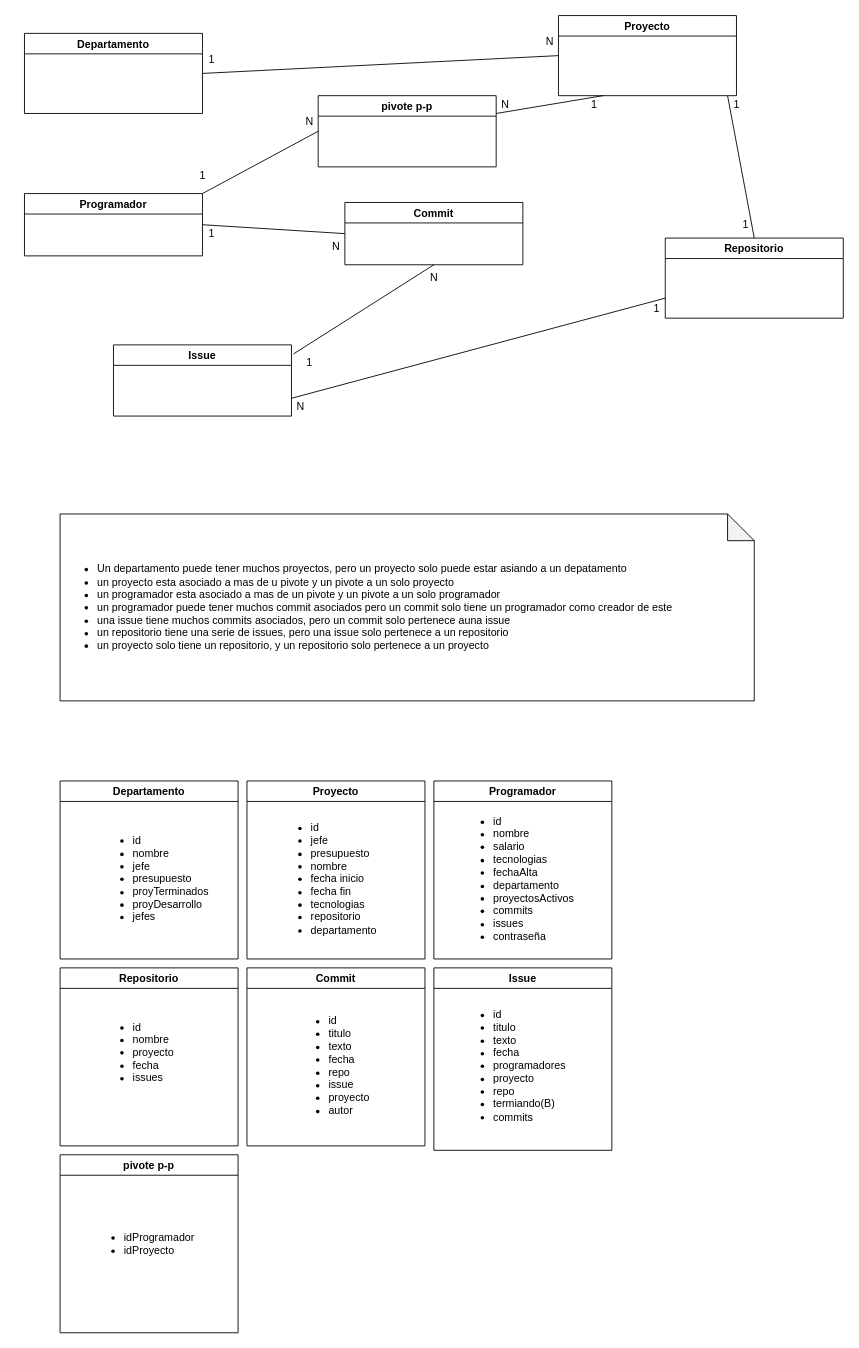
Earlier version of the draw.io diagram diagrams/diagtrana.drawio (saulmella12/JPAMongoEnekoSaul). Source tidied: cells renumbered, new cells numbered last; positions are measured from the earlier drawing's top-left corner, leaving out a move shared by most shapes. Both pictures are drawn from the tidied source at 89%, with x=0, y=0 at pixel (24, 15).
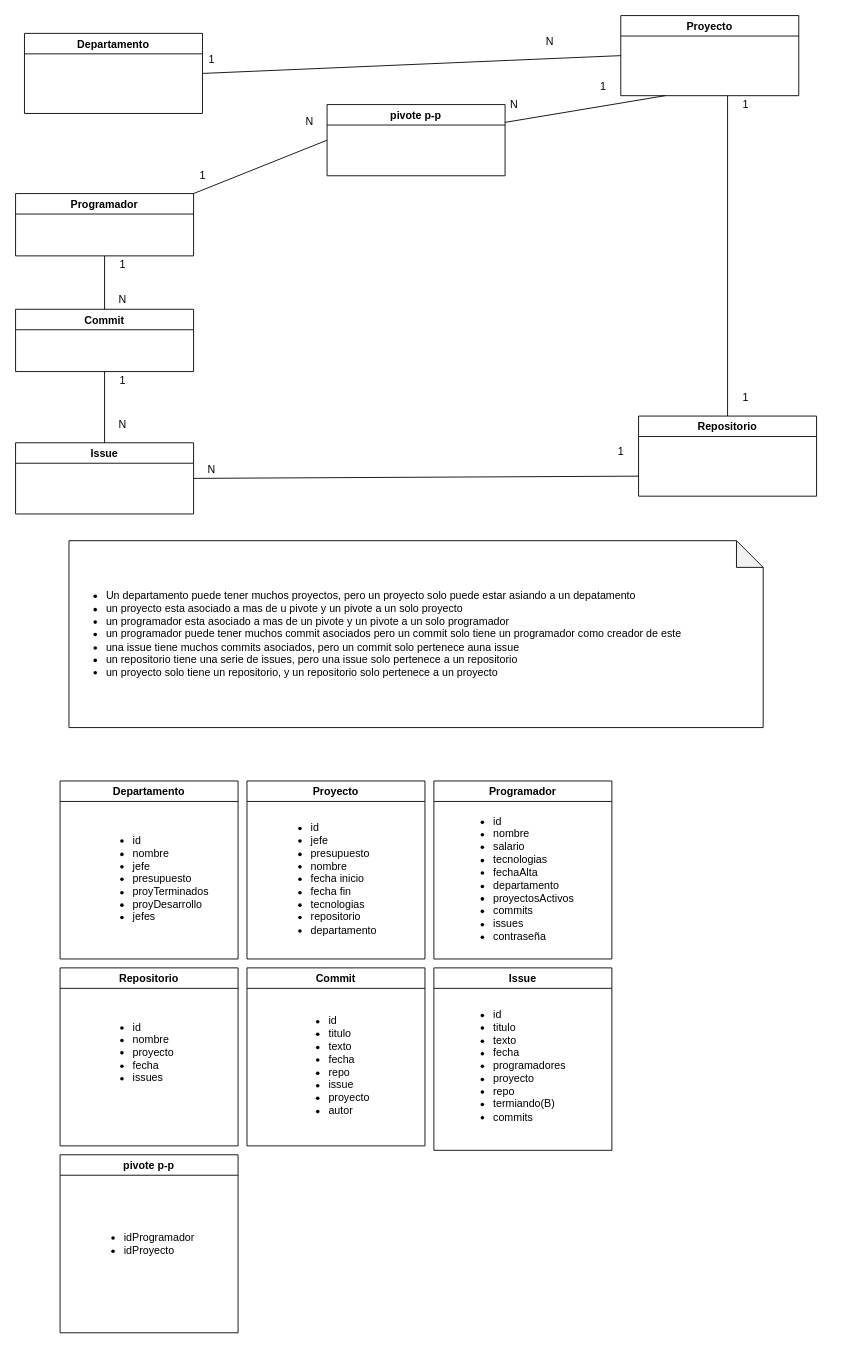
Above is the later version.

Diff of the diagram source:
```diff
@@
     <mxCell id="3" value="Proyecto" style="swimlane;" parent="1" vertex="1">
-      <mxGeometry x="600" width="200" height="90" as="geometry" />
+      <mxGeometry x="670" width="200" height="90" as="geometry" />
     </mxCell>
@@
     <mxCell id="7" value="Programador" style="swimlane;" parent="1" vertex="1">
-      <mxGeometry y="200" width="200" height="70" as="geometry" />
+      <mxGeometry x="-10" y="200" width="200" height="70" as="geometry" />
     </mxCell>
     <mxCell id="8" value="Commit" style="swimlane;" parent="1" vertex="1">
-      <mxGeometry x="360" y="210" width="200" height="70" as="geometry" />
+      <mxGeometry x="-10" y="330" width="200" height="70" as="geometry" />
     </mxCell>
-    <mxCell id="9" style="endArrow=none;html=1;exitX=1;exitY=0.5;exitDx=0;exitDy=0;entryX=0;entryY=0.5;entryDx=0;entryDy=0;" parent="1" edge="1" source="7" target="8">
+    <mxCell id="9" style="endArrow=none;html=1;exitX=0.5;exitY=1;exitDx=0;exitDy=0;entryX=0.5;entryY=0;entryDx=0;entryDy=0;" parent="1" edge="1" source="7" target="8">
       <mxGeometry relative="1" as="geometry" />
     </mxCell>
     <mxCell id="10" value="1" style="text;html=1;align=center;verticalAlign=middle;strokeColor=none;" parent="1" vertex="1">
-      <mxGeometry x="200" y="235" width="20" height="20" as="geometry" />
+      <mxGeometry x="100" y="270" width="20" height="20" as="geometry" />
     </mxCell>
     <mxCell id="11" value="N" style="text;html=1;align=center;verticalAlign=middle;strokeColor=none;" parent="1" vertex="1">
-      <mxGeometry x="340" y="250" width="20" height="20" as="geometry" />
+      <mxGeometry x="100" y="310" width="20" height="20" as="geometry" />
     </mxCell>
     <mxCell id="12" value="Issue" style="swimlane;" parent="1" vertex="1">
-      <mxGeometry x="100" y="370" width="200" height="80" as="geometry" />
+      <mxGeometry x="-10" y="480" width="200" height="80" as="geometry" />
     </mxCell>
-    <mxCell id="13" style="endArrow=none;html=1;entryX=0.5;entryY=1;entryDx=0;entryDy=0;exitX=1.011;exitY=0.128;exitDx=0;exitDy=0;exitPerimeter=0;" parent="1" edge="1" source="12" target="8">
+    <mxCell id="13" style="endArrow=none;html=1;entryX=0.5;entryY=1;entryDx=0;entryDy=0;exitX=0.5;exitY=0;exitDx=0;exitDy=0;" parent="1" edge="1" source="12" target="8">
       <mxGeometry relative="1" as="geometry" />
     </mxCell>
     <mxCell id="14" value="1" style="text;html=1;align=center;verticalAlign=middle;strokeColor=none;" parent="1" vertex="1">
-      <mxGeometry x="310" y="380" width="20" height="20" as="geometry" />
+      <mxGeometry x="100" y="400" width="20" height="20" as="geometry" />
     </mxCell>
     <mxCell id="15" value="N" style="text;html=1;align=center;verticalAlign=middle;strokeColor=none;" parent="1" vertex="1">
-      <mxGeometry x="450" y="285" width="20" height="20" as="geometry" />
+      <mxGeometry x="200" y="500" width="20" height="20" as="geometry" />
     </mxCell>
     <mxCell id="16" value="Repositorio" style="swimlane;" parent="1" vertex="1">
-      <mxGeometry x="720" y="250" width="200" height="90" as="geometry" />
+      <mxGeometry x="690" y="450" width="200" height="90" as="geometry" />
     </mxCell>
@@
     <mxCell id="18" value="1" style="text;html=1;align=center;verticalAlign=middle;strokeColor=none;" parent="1" vertex="1">
-      <mxGeometry x="790" y="90" width="20" height="20" as="geometry" />
+      <mxGeometry x="800" y="90" width="20" height="20" as="geometry" />
     </mxCell>
     <mxCell id="19" value="1" style="text;html=1;align=center;verticalAlign=middle;strokeColor=none;" parent="1" vertex="1">
-      <mxGeometry x="800" y="225" width="20" height="20" as="geometry" />
+      <mxGeometry x="800" y="420" width="20" height="20" as="geometry" />
     </mxCell>
-    <mxCell id="20" style="endArrow=none;html=1;exitX=1;exitY=0.75;exitDx=0;exitDy=0;entryX=0;entryY=0.75;entryDx=0;entryDy=0;" parent="1" edge="1" source="12" target="16">
+    <mxCell id="20" style="endArrow=none;html=1;exitX=1;exitY=0.5;exitDx=0;exitDy=0;entryX=0;entryY=0.75;entryDx=0;entryDy=0;" parent="1" edge="1" source="12" target="16">
       <mxGeometry relative="1" as="geometry" />
     </mxCell>
     <mxCell id="21" value="1" style="text;html=1;align=center;verticalAlign=middle;strokeColor=none;" parent="1" vertex="1">
-      <mxGeometry x="700" y="320" width="20" height="20" as="geometry" />
+      <mxGeometry x="660" y="480" width="20" height="20" as="geometry" />
     </mxCell>
     <mxCell id="22" value="N" style="text;html=1;align=center;verticalAlign=middle;strokeColor=none;" parent="1" vertex="1">
-      <mxGeometry x="300" y="430" width="20" height="20" as="geometry" />
+      <mxGeometry x="100" y="450" width="20" height="20" as="geometry" />
     </mxCell>
     <mxCell id="23" value="&lt;ul&gt;&lt;li&gt;Un departamento puede tener muchos proyectos, pero un proyecto solo puede estar asiando a un depatamento&lt;/li&gt;&lt;li&gt;un proyecto esta asociado a mas de u pivote y un pivote a un solo proyecto&lt;/li&gt;&lt;li&gt;un programador esta asociado a mas de un pivote y un pivote a un solo programador&lt;/li&gt;&lt;li&gt;un programador puede tener muchos commit asociados pero un commit solo tiene un programador como creador de este&lt;/li&gt;&lt;li&gt;una issue tiene muchos commits asociados, pero un commit solo pertenece auna issue&lt;/li&gt;&lt;li&gt;un repositorio tiene una serie de issues, pero una issue solo pertenece a un repositorio&lt;/li&gt;&lt;li&gt;un proyecto solo tiene un repositorio, y un repositorio solo pertenece a un proyecto&lt;/li&gt;&lt;/ul&gt;" style="shape=note;whiteSpace=wrap;html=1;backgroundOutline=1;darkOpacity=0.05;align=left;" parent="1" vertex="1">
-      <mxGeometry x="40" y="560" width="780" height="210" as="geometry" />
+      <mxGeometry x="50" y="590" width="780" height="210" as="geometry" />
     </mxCell>
@@
     <mxCell id="37" value="pivote p-p" style="swimlane;" parent="1" vertex="1">
-      <mxGeometry x="330" y="90" width="200" height="80" as="geometry" />
+      <mxGeometry x="340" y="100" width="200" height="80" as="geometry" />
     </mxCell>
@@
     <mxCell id="40" value="1" style="text;html=1;align=center;verticalAlign=middle;strokeColor=none;fillColor=none;" parent="1" vertex="1">
-      <mxGeometry x="630" y="90" width="20" height="20" as="geometry" />
+      <mxGeometry x="640" y="70" width="20" height="20" as="geometry" />
     </mxCell>
     <mxCell id="41" value="N" style="text;html=1;align=center;verticalAlign=middle;strokeColor=none;fillColor=none;" parent="1" vertex="1">
-      <mxGeometry x="530" y="90" width="20" height="20" as="geometry" />
+      <mxGeometry x="540" y="90" width="20" height="20" as="geometry" />
     </mxCell>
```
